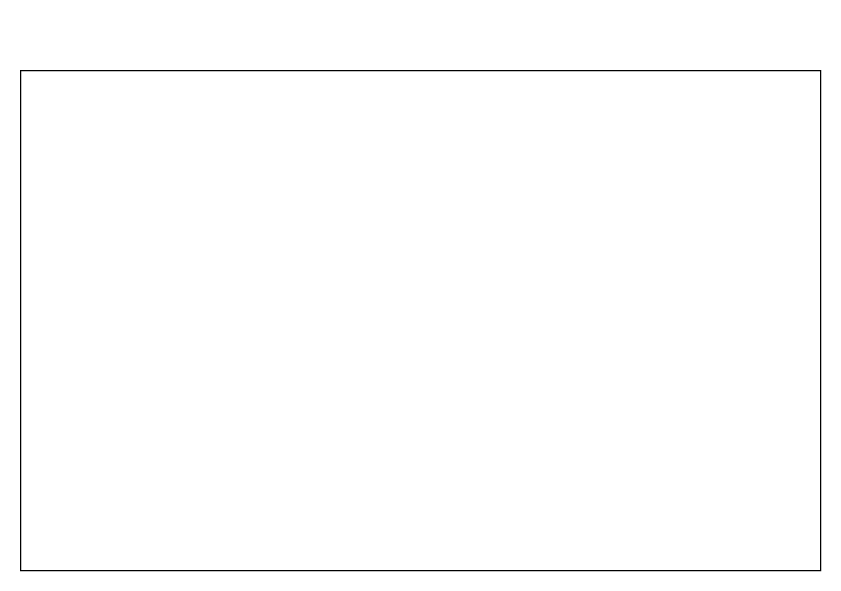
gilesknight/crchbp-leaflet keeps this draw.io diagram as Untitled Diagram.drawio. Above is the earlier version. Source tidied: cells renumbered, new cells numbered last; positions are measured from the earlier drawing's top-left corner, leaving out a move shared by most shapes. Both pictures are drawn from the tidied source at 125%, with x=0, y=0 at pixel (20, 70).
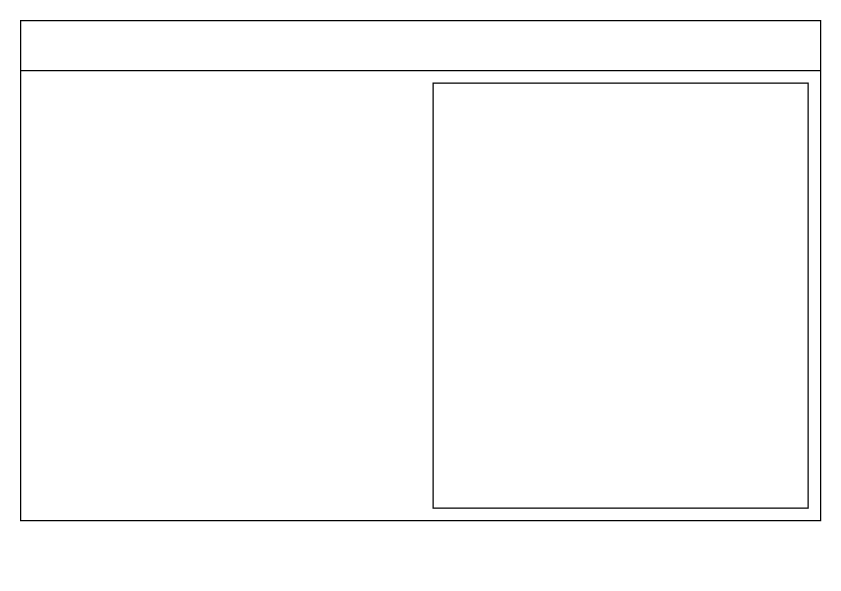
After the change.

What changed in the source:
```diff
@@
 <mxGraphModel>
   <root>
     <mxCell id="0" />
     <mxCell id="1" parent="0" />
+    <mxCell id="3" style="group;" parent="1" vertex="1">
+      <mxGeometry y="-40" width="640" height="400" as="geometry" />
+    </mxCell>
-    <mxCell id="2" style="rounded=0;whiteSpace=wrap;html=1;fillColor=none;" parent="1" vertex="1">
+    <mxCell id="2" style="rounded=0;whiteSpace=wrap;html=1;fillColor=none;" parent="3" vertex="1">
       <mxGeometry width="640" height="400" as="geometry" />
     </mxCell>
+    <mxCell id="4" style="endArrow=none;html=1;rounded=0;" parent="3" edge="1">
+      <mxGeometry relative="1" as="geometry">
+        <mxPoint y="40" as="sourcePoint" />
+        <mxPoint x="640" y="40" as="targetPoint" />
+      </mxGeometry>
+    </mxCell>
+    <mxCell id="5" style="rounded=0;whiteSpace=wrap;html=1;fillColor=none;" parent="3" vertex="1">
+      <mxGeometry x="330" y="50" width="300" height="340" as="geometry" />
+    </mxCell>
   </root>
 </mxGraphModel>
```
